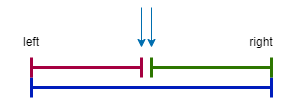
The draw.io diagram images/Binary_Search.drawio.png in LiuShuoJiang/algorithm-notes, before a commit. Source tidied: cells renumbered, new cells last; positions are measured from the earlier drawing's top-left corner, leaving out a move shared by most shapes. Source of this version:
```xml
<mxGraphModel background="#ffffff">
  <root>
    <mxCell id="0" />
    <mxCell id="1" parent="0" />
    <mxCell id="2" style="shape=crossbar;whiteSpace=wrap;html=1;rounded=1;fillColor=#0050ef;fontColor=#ffffff;strokeColor=#001DBC;strokeWidth=3;" parent="1" vertex="1">
      <mxGeometry x="30" y="70" width="240" height="20" as="geometry" />
    </mxCell>
    <mxCell id="3" style="shape=crossbar;whiteSpace=wrap;html=1;rounded=1;strokeWidth=3;fillColor=#d80073;fontColor=#ffffff;strokeColor=#A50040;" parent="1" vertex="1">
      <mxGeometry x="30" y="50" width="110" height="20" as="geometry" />
    </mxCell>
    <mxCell id="4" style="shape=crossbar;whiteSpace=wrap;html=1;rounded=1;strokeWidth=3;fillColor=#60a917;fontColor=#ffffff;strokeColor=#2D7600;" parent="1" vertex="1">
      <mxGeometry x="150" y="50" width="120" height="20" as="geometry" />
    </mxCell>
    <mxCell id="5" style="endArrow=classic;html=1;fillColor=#1ba1e2;strokeColor=#006EAF;" parent="1" edge="1">
      <mxGeometry relative="1" as="geometry">
        <mxPoint x="140" as="sourcePoint" />
        <mxPoint x="140" y="40" as="targetPoint" />
      </mxGeometry>
    </mxCell>
    <mxCell id="6" style="endArrow=classic;html=1;fillColor=#1ba1e2;strokeColor=#006EAF;" parent="1" edge="1">
      <mxGeometry relative="1" as="geometry">
        <mxPoint x="150" as="sourcePoint" />
        <mxPoint x="150" y="40" as="targetPoint" />
      </mxGeometry>
    </mxCell>
    <mxCell id="7" value="left" style="text;strokeColor=none;align=center;fillColor=none;html=1;verticalAlign=middle;whiteSpace=wrap;rounded=0;strokeWidth=3;fontColor=#000000;" parent="1" vertex="1">
      <mxGeometry y="20" width="60" height="30" as="geometry" />
    </mxCell>
    <mxCell id="8" value="right" style="text;strokeColor=none;align=center;fillColor=none;html=1;verticalAlign=middle;whiteSpace=wrap;rounded=0;strokeWidth=3;fontColor=#000000;" parent="1" vertex="1">
      <mxGeometry x="230" y="20" width="60" height="30" as="geometry" />
    </mxCell>
  </root>
</mxGraphModel>
```
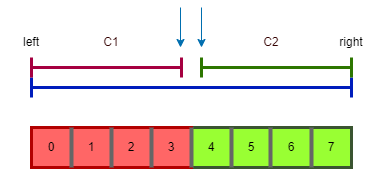
The same file after the commit.

Commit message:
Update binary search illustrations

What changed in the source:
```diff
@@ -2,32 +2,116 @@
   <root>
     <mxCell id="0" />
     <mxCell id="1" parent="0" />
+    <mxCell id="9" style="rounded=0;whiteSpace=wrap;html=1;strokeWidth=3;fillColor=#99FF33;fontColor=#ffffff;strokeColor=#3A5431;" parent="1" vertex="1">
+      <mxGeometry x="190" y="120" width="160" height="40" as="geometry" />
+    </mxCell>
+    <mxCell id="10" style="rounded=0;whiteSpace=wrap;html=1;strokeWidth=3;fillColor=#FF6666;fontColor=#ffffff;strokeColor=#B20000;" parent="1" vertex="1">
+      <mxGeometry x="30" y="120" width="160" height="40" as="geometry" />
+    </mxCell>
     <mxCell id="2" style="shape=crossbar;whiteSpace=wrap;html=1;rounded=1;fillColor=#0050ef;fontColor=#ffffff;strokeColor=#001DBC;strokeWidth=3;" parent="1" vertex="1">
-      <mxGeometry x="30" y="70" width="240" height="20" as="geometry" />
+      <mxGeometry x="30" y="70" width="320" height="20" as="geometry" />
     </mxCell>
     <mxCell id="3" style="shape=crossbar;whiteSpace=wrap;html=1;rounded=1;strokeWidth=3;fillColor=#d80073;fontColor=#ffffff;strokeColor=#A50040;" parent="1" vertex="1">
-      <mxGeometry x="30" y="50" width="110" height="20" as="geometry" />
+      <mxGeometry x="30" y="50" width="150" height="20" as="geometry" />
     </mxCell>
     <mxCell id="4" style="shape=crossbar;whiteSpace=wrap;html=1;rounded=1;strokeWidth=3;fillColor=#60a917;fontColor=#ffffff;strokeColor=#2D7600;" parent="1" vertex="1">
-      <mxGeometry x="150" y="50" width="120" height="20" as="geometry" />
+      <mxGeometry x="200" y="50" width="150" height="20" as="geometry" />
     </mxCell>
     <mxCell id="5" style="endArrow=classic;html=1;fillColor=#1ba1e2;strokeColor=#006EAF;" parent="1" edge="1">
       <mxGeometry relative="1" as="geometry">
-        <mxPoint x="140" as="sourcePoint" />
-        <mxPoint x="140" y="40" as="targetPoint" />
+        <mxPoint x="179" as="sourcePoint" />
+        <mxPoint x="179" y="40" as="targetPoint" />
       </mxGeometry>
     </mxCell>
     <mxCell id="6" style="endArrow=classic;html=1;fillColor=#1ba1e2;strokeColor=#006EAF;" parent="1" edge="1">
       <mxGeometry relative="1" as="geometry">
-        <mxPoint x="150" as="sourcePoint" />
-        <mxPoint x="150" y="40" as="targetPoint" />
+        <mxPoint x="200" as="sourcePoint" />
+        <mxPoint x="200" y="40" as="targetPoint" />
       </mxGeometry>
     </mxCell>
     <mxCell id="7" value="left" style="text;strokeColor=none;align=center;fillColor=none;html=1;verticalAlign=middle;whiteSpace=wrap;rounded=0;strokeWidth=3;fontColor=#000000;" parent="1" vertex="1">
       <mxGeometry y="20" width="60" height="30" as="geometry" />
     </mxCell>
     <mxCell id="8" value="right" style="text;strokeColor=none;align=center;fillColor=none;html=1;verticalAlign=middle;whiteSpace=wrap;rounded=0;strokeWidth=3;fontColor=#000000;" parent="1" vertex="1">
-      <mxGeometry x="230" y="20" width="60" height="30" as="geometry" />
+      <mxGeometry x="320" y="20" width="60" height="30" as="geometry" />
     </mxCell>
+    <mxCell id="11" value="&lt;font color=&quot;#330000&quot;&gt;C1&lt;/font&gt;" style="text;strokeColor=none;align=center;fillColor=none;html=1;verticalAlign=middle;whiteSpace=wrap;rounded=0;" parent="1" vertex="1">
+      <mxGeometry x="80" y="20" width="60" height="30" as="geometry" />
+    </mxCell>
+    <mxCell id="12" value="&lt;font color=&quot;#330000&quot;&gt;C2&lt;/font&gt;" style="text;strokeColor=none;align=center;fillColor=none;html=1;verticalAlign=middle;whiteSpace=wrap;rounded=0;" parent="1" vertex="1">
+      <mxGeometry x="240" y="20" width="60" height="30" as="geometry" />
+    </mxCell>
+    <mxCell id="13" style="endArrow=none;html=1;fillColor=#f5f5f5;strokeColor=#666666;strokeWidth=4;" parent="1" edge="1">
+      <mxGeometry relative="1" as="geometry">
+        <mxPoint x="150" y="160" as="sourcePoint" />
+        <mxPoint x="150" y="120" as="targetPoint" />
+      </mxGeometry>
+    </mxCell>
+    <mxCell id="14" style="endArrow=none;html=1;fillColor=#f5f5f5;strokeColor=#666666;strokeWidth=4;" parent="1" edge="1">
+      <mxGeometry relative="1" as="geometry">
+        <mxPoint x="70" y="160" as="sourcePoint" />
+        <mxPoint x="70" y="120" as="targetPoint" />
+        <Array as="points">
+          <mxPoint x="70" y="140" />
+        </Array>
+      </mxGeometry>
+    </mxCell>
+    <mxCell id="15" style="endArrow=none;html=1;fillColor=#f5f5f5;strokeColor=#666666;strokeWidth=4;" parent="1" edge="1">
+      <mxGeometry relative="1" as="geometry">
+        <mxPoint x="110" y="160" as="sourcePoint" />
+        <mxPoint x="110" y="120" as="targetPoint" />
+        <Array as="points">
+          <mxPoint x="110" y="140" />
+        </Array>
+      </mxGeometry>
+    </mxCell>
+    <mxCell id="16" style="endArrow=none;html=1;fillColor=#f5f5f5;strokeColor=#666666;strokeWidth=4;" parent="1" edge="1">
+      <mxGeometry relative="1" as="geometry">
+        <mxPoint x="190" y="160" as="sourcePoint" />
+        <mxPoint x="190" y="120" as="targetPoint" />
+      </mxGeometry>
+    </mxCell>
+    <mxCell id="17" style="endArrow=none;html=1;fillColor=#f5f5f5;strokeColor=#666666;strokeWidth=4;" parent="1" edge="1">
+      <mxGeometry relative="1" as="geometry">
+        <mxPoint x="230" y="160" as="sourcePoint" />
+        <mxPoint x="230" y="120" as="targetPoint" />
+      </mxGeometry>
+    </mxCell>
+    <mxCell id="18" style="endArrow=none;html=1;fillColor=#f5f5f5;strokeColor=#666666;strokeWidth=4;" parent="1" edge="1">
+      <mxGeometry relative="1" as="geometry">
+        <mxPoint x="269" y="160" as="sourcePoint" />
+        <mxPoint x="269" y="120" as="targetPoint" />
+      </mxGeometry>
+    </mxCell>
+    <mxCell id="19" style="endArrow=none;html=1;fillColor=#f5f5f5;strokeColor=#666666;strokeWidth=4;" parent="1" edge="1">
+      <mxGeometry relative="1" as="geometry">
+        <mxPoint x="310" y="160" as="sourcePoint" />
+        <mxPoint x="310" y="120" as="targetPoint" />
+      </mxGeometry>
+    </mxCell>
+    <mxCell id="20" value="&lt;font color=&quot;#000000&quot;&gt;0&lt;/font&gt;" style="text;strokeColor=none;align=center;fillColor=none;html=1;verticalAlign=middle;whiteSpace=wrap;rounded=0;strokeWidth=3;" parent="1" vertex="1">
+      <mxGeometry x="20" y="125" width="60" height="30" as="geometry" />
+    </mxCell>
+    <mxCell id="21" value="&lt;font color=&quot;#000000&quot;&gt;1&lt;/font&gt;" style="text;strokeColor=none;align=center;fillColor=none;html=1;verticalAlign=middle;whiteSpace=wrap;rounded=0;strokeWidth=3;" parent="1" vertex="1">
+      <mxGeometry x="60" y="125" width="60" height="30" as="geometry" />
+    </mxCell>
+    <mxCell id="22" value="&lt;font color=&quot;#000000&quot;&gt;2&lt;/font&gt;" style="text;strokeColor=none;align=center;fillColor=none;html=1;verticalAlign=middle;whiteSpace=wrap;rounded=0;strokeWidth=3;" parent="1" vertex="1">
+      <mxGeometry x="100" y="125" width="60" height="30" as="geometry" />
+    </mxCell>
+    <mxCell id="23" value="&lt;font color=&quot;#000000&quot;&gt;3&lt;/font&gt;" style="text;strokeColor=none;align=center;fillColor=none;html=1;verticalAlign=middle;whiteSpace=wrap;rounded=0;strokeWidth=3;" parent="1" vertex="1">
+      <mxGeometry x="140" y="125" width="60" height="30" as="geometry" />
+    </mxCell>
+    <mxCell id="24" value="&lt;font color=&quot;#000000&quot;&gt;4&lt;/font&gt;" style="text;strokeColor=none;align=center;fillColor=none;html=1;verticalAlign=middle;whiteSpace=wrap;rounded=0;strokeWidth=3;" parent="1" vertex="1">
+      <mxGeometry x="180" y="125" width="60" height="30" as="geometry" />
+    </mxCell>
+    <mxCell id="25" value="&lt;font color=&quot;#000000&quot;&gt;5&lt;/font&gt;" style="text;strokeColor=none;align=center;fillColor=none;html=1;verticalAlign=middle;whiteSpace=wrap;rounded=0;strokeWidth=3;" parent="1" vertex="1">
+      <mxGeometry x="220" y="125" width="60" height="30" as="geometry" />
+    </mxCell>
+    <mxCell id="26" value="&lt;font color=&quot;#000000&quot;&gt;6&lt;/font&gt;" style="text;strokeColor=none;align=center;fillColor=none;html=1;verticalAlign=middle;whiteSpace=wrap;rounded=0;strokeWidth=3;" parent="1" vertex="1">
+      <mxGeometry x="260" y="125" width="60" height="30" as="geometry" />
+    </mxCell>
+    <mxCell id="27" value="&lt;font color=&quot;#000000&quot;&gt;7&lt;/font&gt;" style="text;strokeColor=none;align=center;fillColor=none;html=1;verticalAlign=middle;whiteSpace=wrap;rounded=0;strokeWidth=3;" parent="1" vertex="1">
+      <mxGeometry x="300" y="125" width="60" height="30" as="geometry" />
+    </mxCell>
   </root>
 </mxGraphModel>
```
